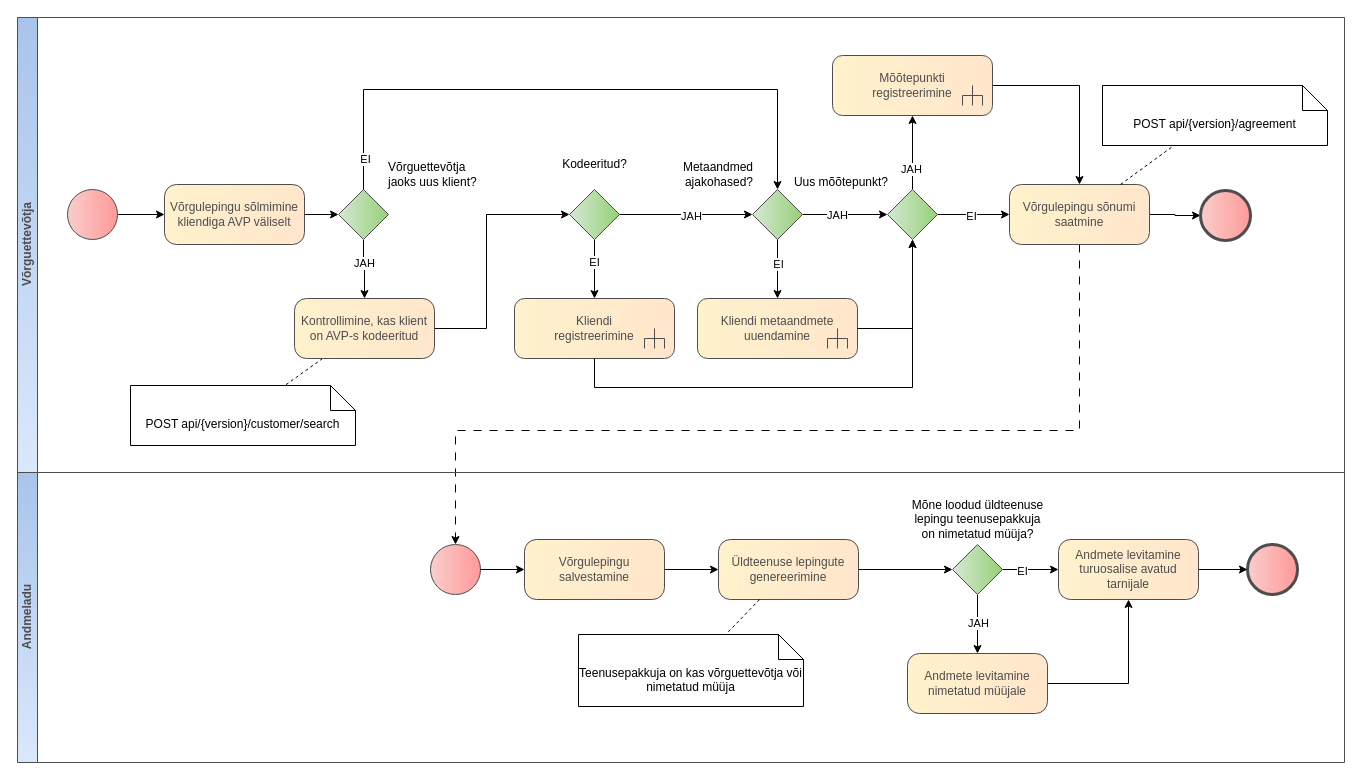
Elering/estfeed-datahub-docs keeps this draw.io diagram as page "Võrgulepingu registreerimine" (1 of 8) of diagrams/agreement-management/agreement-management.drawio. Above is the earlier version. Source tidied: cells renumbered, new cells numbered last; positions are measured from the earlier drawing's top-left corner, leaving out a move shared by most shapes. Both pictures are drawn from the tidied source at 100%, with x=0, y=0 at pixel (17, 17).
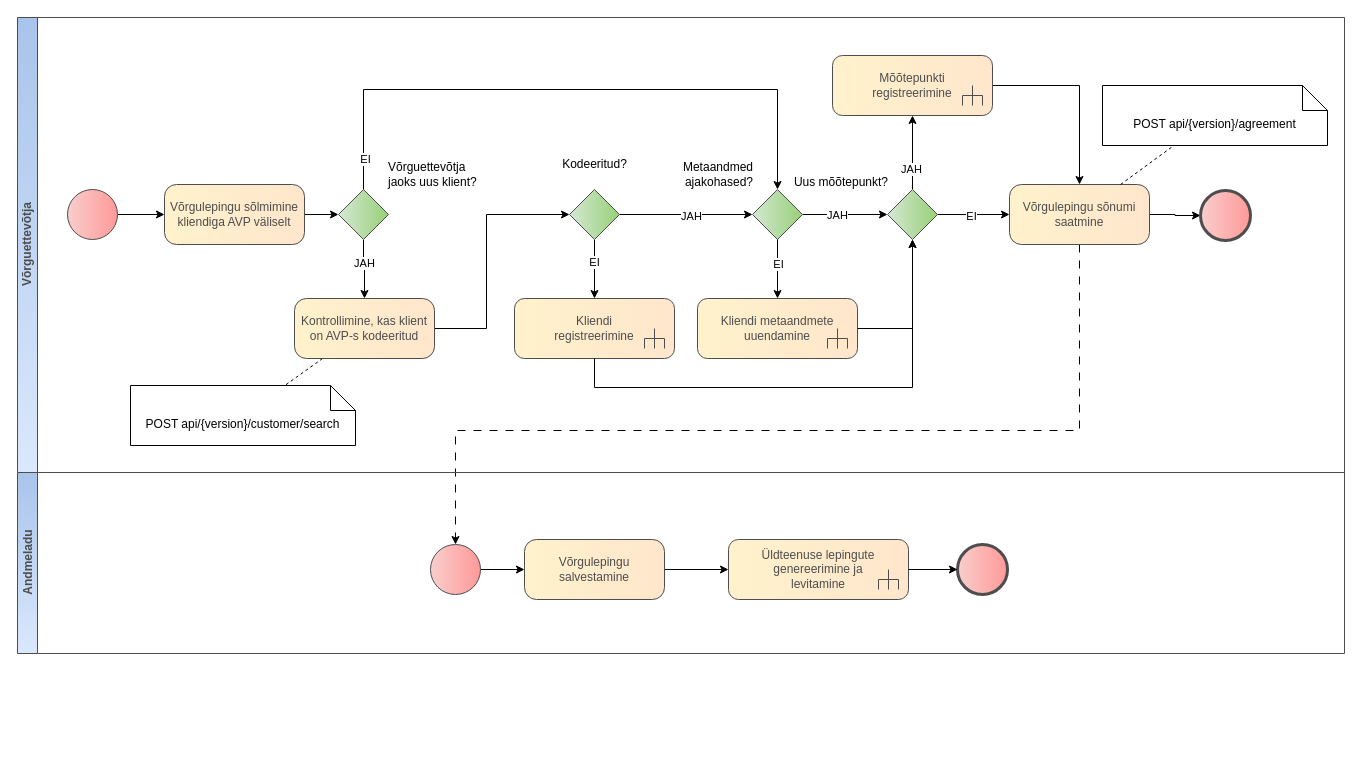
Above is the later version.

The change refers to these unchanged cells:
```xml
<mxCell id="46" value="Võrgulepingu salvestamine" style="rounded=1;whiteSpace=wrap;html=1;arcSize=20;fillColor=#fff2cc;strokeColor=#4D4D4D;shadow=0;fontColor=#4D4D4D;gradientColor=#FFE6CC;gradientDirection=east;glass=0;backgroundOutline=0;enumerate=0;labelBackgroundColor=none;labelBorderColor=none;strokeWidth=1;" parent="1" vertex="1">
  <mxGeometry x="507" y="522" width="140" height="60" as="geometry" />
</mxCell>
```

Diff of the diagram source:
```diff
@@
     <mxCell id="38" value="Andmeladu" style="swimlane;html=1;horizontal=0;startSize=20;strokeColor=#4D4D4D;fillColor=#dae8fc;fontColor=#4D4D4D;gradientColor=#A9C4EB;gradientDirection=north;rotation=0;" parent="1" vertex="1">
-      <mxGeometry y="455" width="1327" height="290" as="geometry" />
+      <mxGeometry y="455" width="1327" height="181" as="geometry" />
     </mxCell>
-    <mxCell id="39" style="points=[[0.145,0.145,0],[0.5,0,0],[0.855,0.145,0],[1,0.5,0],[0.855,0.855,0],[0.5,1,0],[0.145,0.855,0],[0,0.5,0]];shape=mxgraph.bpmn.event;html=1;verticalLabelPosition=bottom;labelBackgroundColor=#ffffff;verticalAlign=bottom;align=center;perimeter=ellipsePerimeter;outlineConnect=0;outline=standard;symbol=general;fontFamily=Helvetica;fontSize=12;fontColor=#4D4D4D;fillColor=#f8cecc;strokeColor=#4D4D4D;rounded=1;shadow=0;strokeWidth=1;gradientColor=#FF9999;gradientDirection=east;" parent="38" vertex="1">
-      <mxGeometry x="413" y="72" width="50" height="50" as="geometry" />
-    </mxCell>
@@
-    <mxCell id="45" style="edgeStyle=orthogonalEdgeStyle;rounded=0;jettySize=auto;html=1;" parent="1" edge="1" source="46" target="48">
+    <mxCell id="45" style="edgeStyle=orthogonalEdgeStyle;rounded=0;jettySize=auto;html=1;entryX=0;entryY=0.5;entryDx=0;entryDy=0;entryPerimeter=0;" parent="1" edge="1" source="46" target="62">
       <mxGeometry relative="1" as="geometry" />
     </mxCell>
@@
-    <mxCell id="47" style="edgeStyle=orthogonalEdgeStyle;rounded=0;jettySize=auto;html=1;" parent="1" edge="1" source="48" target="55">
-      <mxGeometry relative="1" as="geometry" />
-    </mxCell>
-    <mxCell id="48" value="Üldteenuse lepingute genereerimine" style="rounded=1;whiteSpace=wrap;html=1;arcSize=20;fillColor=#fff2cc;strokeColor=#4D4D4D;shadow=0;fontColor=#4D4D4D;gradientColor=#FFE6CC;gradientDirection=east;glass=0;backgroundOutline=0;enumerate=0;labelBackgroundColor=none;labelBorderColor=none;strokeWidth=1;" parent="1" vertex="1">
-      <mxGeometry x="701" y="522" width="140" height="60" as="geometry" />
-    </mxCell>
-    <mxCell id="49" value="Teenusepakkuja on kas võrguettevõtja või nimetatud müüja" style="shape=note2;boundedLbl=1;whiteSpace=wrap;html=1;size=25;verticalAlign=top;align=center;" parent="1" vertex="1">
-      <mxGeometry x="561" y="617" width="225" height="72" as="geometry" />
-    </mxCell>
-    <mxCell id="50" style="rounded=0;jettySize=auto;html=1;dashed=1;endArrow=none;endFill=0;" parent="1" edge="1" source="48" target="49">
-      <mxGeometry relative="1" as="geometry" />
-    </mxCell>
-    <mxCell id="51" style="edgeStyle=orthogonalEdgeStyle;rounded=0;jettySize=auto;html=1;" parent="1" edge="1" source="55" target="58">
-      <mxGeometry relative="1" as="geometry" />
-    </mxCell>
-    <mxCell id="52" value="EI" style="edgeLabel;html=1;align=center;verticalAlign=middle;" parent="51" vertex="1">
-      <mxGeometry x="-0.33" y="-1" relative="1" as="geometry" />
-    </mxCell>
-    <mxCell id="53" style="edgeStyle=orthogonalEdgeStyle;rounded=0;jettySize=auto;html=1;" parent="1" edge="1" source="55" target="60">
-      <mxGeometry relative="1" as="geometry" />
-    </mxCell>
-    <mxCell id="54" value="JAH" style="edgeLabel;html=1;align=center;verticalAlign=middle;" parent="53" vertex="1">
-      <mxGeometry x="-0.05" relative="1" as="geometry" />
-    </mxCell>
-    <mxCell id="55" value="Mõne loodud üldteenuse&lt;br&gt;lepingu teenusepakkuja&lt;br&gt;on nimetatud müüja?" style="points=[[0.25,0.25,0],[0.5,0,0],[0.75,0.25,0],[1,0.5,0],[0.75,0.75,0],[0.5,1,0],[0.25,0.75,0],[0,0.5,0]];shape=mxgraph.bpmn.gateway2;html=1;verticalLabelPosition=top;labelBackgroundColor=#ffffff;verticalAlign=middle;align=center;perimeter=rhombusPerimeter;outlineConnect=0;outline=none;symbol=none;fontFamily=Helvetica;fontSize=12;fontColor=#000000;fillColor=#D5E8D4;strokeColor=#4D4D4D;rounded=0;shadow=0;gradientColor=#97D077;gradientDirection=east;spacing=0;labelPosition=center;" parent="1" vertex="1">
-      <mxGeometry x="935" y="527" width="50" height="50" as="geometry" />
-    </mxCell>
+    <mxCell id="61" style="edgeStyle=orthogonalEdgeStyle;rounded=0;jettySize=auto;html=1;" parent="1" edge="1" source="39" target="46">
+      <mxGeometry relative="1" as="geometry" />
+    </mxCell>
+    <mxCell id="39" style="points=[[0.145,0.145,0],[0.5,0,0],[0.855,0.145,0],[1,0.5,0],[0.855,0.855,0],[0.5,1,0],[0.145,0.855,0],[0,0.5,0]];shape=mxgraph.bpmn.event;html=1;verticalLabelPosition=bottom;labelBackgroundColor=#ffffff;verticalAlign=bottom;align=center;perimeter=ellipsePerimeter;outlineConnect=0;outline=standard;symbol=general;fontFamily=Helvetica;fontSize=12;fontColor=#4D4D4D;fillColor=#f8cecc;strokeColor=#4D4D4D;rounded=1;shadow=0;strokeWidth=1;gradientColor=#FF9999;gradientDirection=east;" parent="1" vertex="1">
+      <mxGeometry x="413" y="527" width="50" height="50" as="geometry" />
+    </mxCell>
+    <mxCell id="62" value="Üldteenuse lepingute genereerimine ja levitamine" style="html=1;shape=mxgraph.sysml.callBehAct;whiteSpace=wrap;align=center;strokeColor=#4D4D4D;fillColor=#fff2cc;rounded=1;arcSize=40;shadow=0;spacingLeft=20;spacingRight=20;fontColor=#4D4D4D;gradientColor=#FFE6CC;gradientDirection=east;glass=0;labelBackgroundColor=none;labelBorderColor=none;" parent="1" vertex="1">
+      <mxGeometry x="711" y="522" width="180" height="60" as="geometry" />
+    </mxCell>
     <mxCell id="56" style="points=[[0.145,0.145,0],[0.5,0,0],[0.855,0.145,0],[1,0.5,0],[0.855,0.855,0],[0.5,1,0],[0.145,0.855,0],[0,0.5,0]];shape=mxgraph.bpmn.event;html=1;verticalLabelPosition=top;labelBackgroundColor=#ffffff;verticalAlign=middle;align=center;perimeter=ellipsePerimeter;outlineConnect=0;outline=end;symbol=terminate2;fontFamily=Helvetica;fontSize=12;fontColor=#000000;fillColor=#f8cecc;strokeColor=#4D4D4D;rounded=1;shadow=0;strokeWidth=1;gradientColor=#FF9999;gradientDirection=east;spacing=0;spacingTop=0;spacingLeft=0;spacingBottom=0;labelPosition=center;" parent="1" vertex="1">
-      <mxGeometry x="1230" y="527" width="50" height="50" as="geometry" />
+      <mxGeometry x="940" y="527" width="50" height="50" as="geometry" />
     </mxCell>
-    <mxCell id="57" style="edgeStyle=orthogonalEdgeStyle;rounded=0;jettySize=auto;html=1;" parent="1" edge="1" source="58" target="56">
-      <mxGeometry relative="1" as="geometry" />
-    </mxCell>
-    <mxCell id="58" value="Andmete levitamine turuosalise avatud tarnijale" style="rounded=1;whiteSpace=wrap;html=1;arcSize=20;fillColor=#fff2cc;strokeColor=#4D4D4D;shadow=0;fontColor=#4D4D4D;gradientColor=#FFE6CC;gradientDirection=east;glass=0;backgroundOutline=0;enumerate=0;labelBackgroundColor=none;labelBorderColor=none;strokeWidth=1;" parent="1" vertex="1">
-      <mxGeometry x="1041" y="522" width="140" height="60" as="geometry" />
-    </mxCell>
-    <mxCell id="59" style="edgeStyle=orthogonalEdgeStyle;rounded=0;jettySize=auto;html=1;" parent="1" edge="1" source="60" target="58">
-      <mxGeometry relative="1" as="geometry" />
-    </mxCell>
-    <mxCell id="60" value="Andmete levitamine nimetatud müüjale" style="rounded=1;whiteSpace=wrap;html=1;arcSize=20;fillColor=#fff2cc;strokeColor=#4D4D4D;shadow=0;fontColor=#4D4D4D;gradientColor=#FFE6CC;gradientDirection=east;glass=0;backgroundOutline=0;enumerate=0;labelBackgroundColor=none;labelBorderColor=none;strokeWidth=1;" parent="1" vertex="1">
-      <mxGeometry x="890" y="636" width="140" height="60" as="geometry" />
-    </mxCell>
-    <mxCell id="61" style="edgeStyle=orthogonalEdgeStyle;rounded=0;jettySize=auto;html=1;" parent="1" edge="1" source="39" target="46">
-      <mxGeometry relative="1" as="geometry" />
-    </mxCell>
+    <mxCell id="63" style="edgeStyle=orthogonalEdgeStyle;rounded=0;jettySize=auto;html=1;entryX=0;entryY=0.5;entryDx=0;entryDy=0;entryPerimeter=0;" parent="1" edge="1" source="62" target="56">
+      <mxGeometry relative="1" as="geometry" />
+    </mxCell>
```
